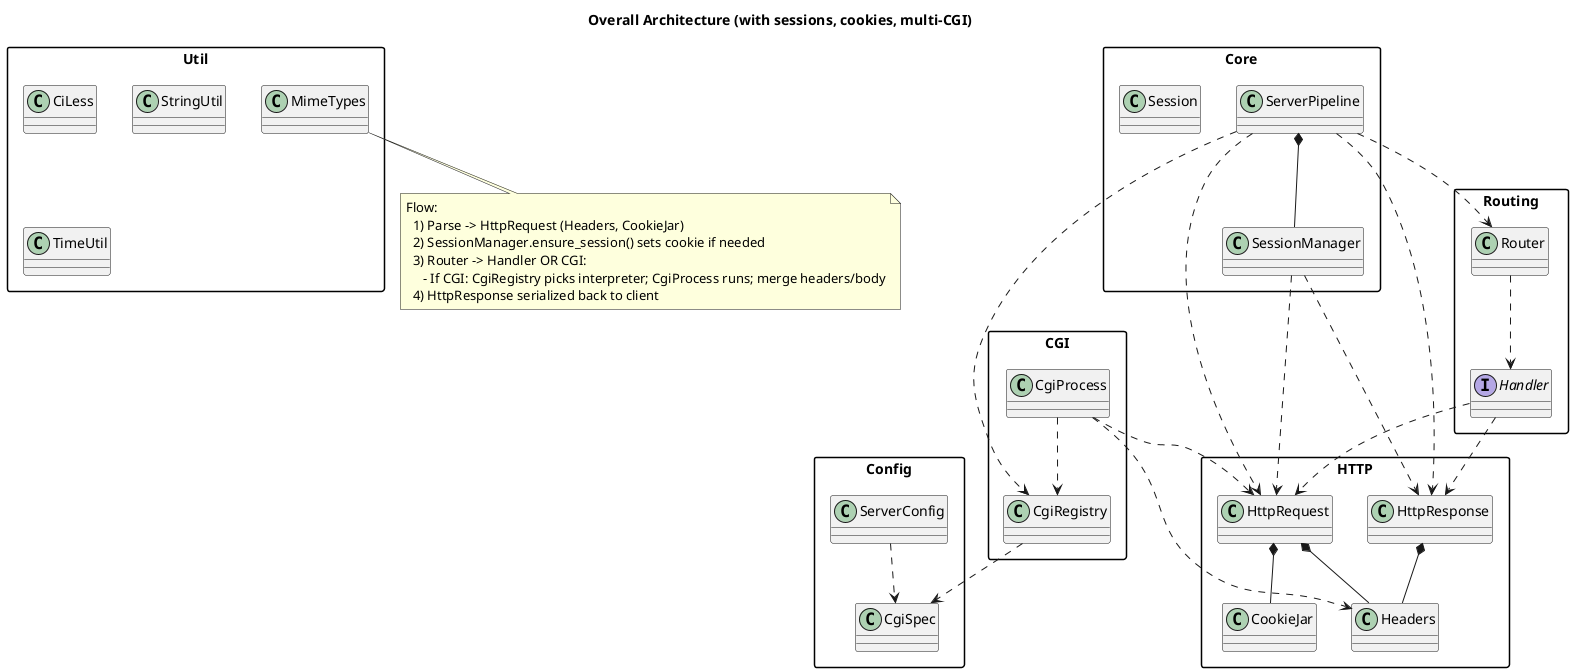
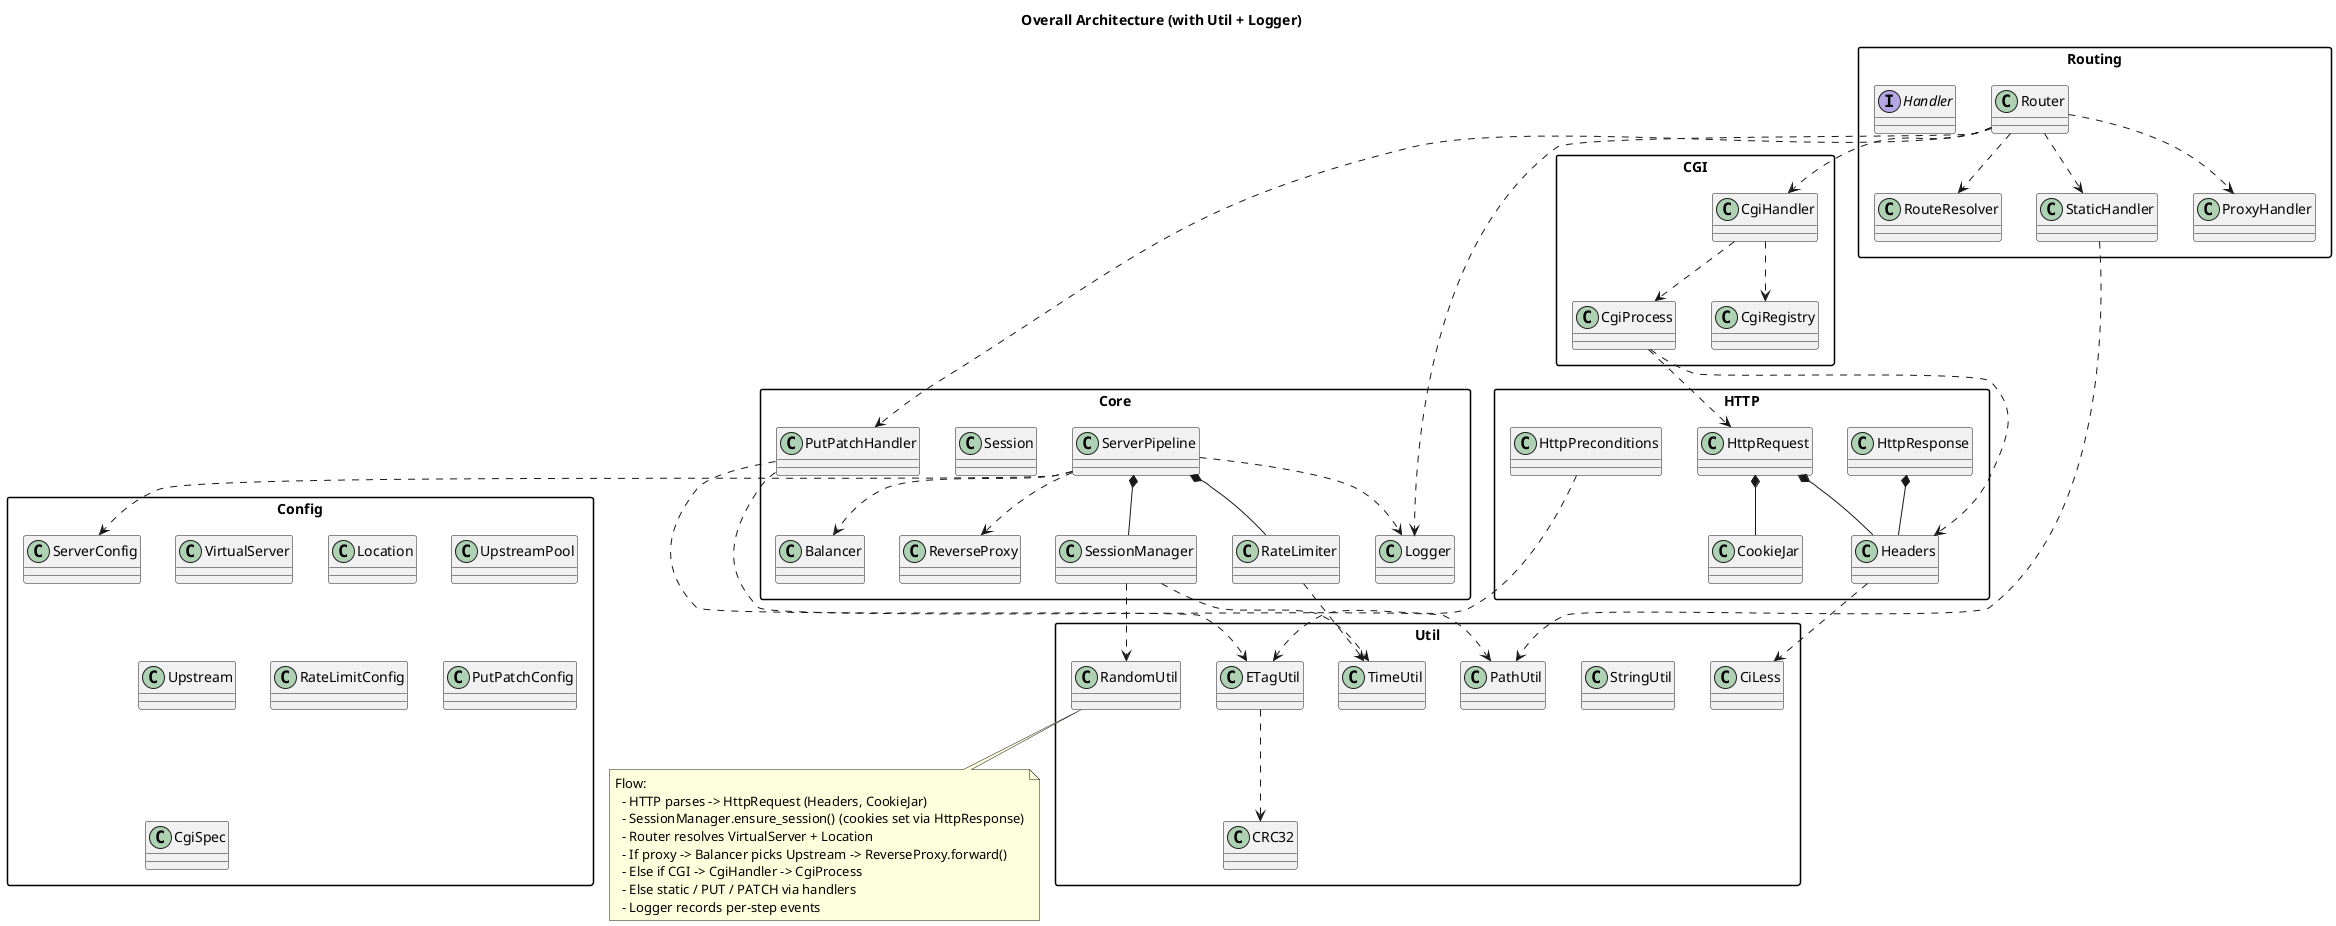
@startuml
skinparam packageStyle rectangle
- title Overall Architecture (with sessions, cookies, multi-CGI)
+ title Overall Architecture (with Util + Logger)

package "Config" {
  class ServerConfig
+   class VirtualServer
+   class Location
+   class UpstreamPool
+   class Upstream
+   class RateLimitConfig
+   class PutPatchConfig
  class CgiSpec
}

package "HTTP" {
  class HttpRequest
  class HttpResponse
  class Headers
  class CookieJar
+   class HttpPreconditions
}

package "Core" {
  class ServerPipeline
  class SessionManager
  class Session
+   class RateLimiter
+   class PutPatchHandler
+   class Balancer
+   class ReverseProxy
+   class Logger
}

package "Routing" {
  class Router
+   class RouteResolver
  interface Handler
+   class StaticHandler
+   class ProxyHandler
}

package "CGI" {
  class CgiRegistry
  class CgiProcess
+   class CgiHandler
}

package "Util" {
  class CiLess
  class StringUtil
  class TimeUtil
-   class MimeTypes
+   class PathUtil
+   class ETagUtil
+   class CRC32
+   class RandomUtil
}

' Key relationships
- ServerConfig ..> CgiSpec
+ ServerPipeline ..> ServerConfig
ServerPipeline *-- SessionManager
- ServerPipeline ..> Router
- ServerPipeline ..> CgiRegistry
- ServerPipeline ..> HttpRequest
- ServerPipeline ..> HttpResponse
+ ServerPipeline *-- RateLimiter
+ ServerPipeline ..> ReverseProxy
+ ServerPipeline ..> Balancer
+ ServerPipeline ..> Logger

HttpRequest *-- Headers
HttpRequest *-- CookieJar
HttpResponse *-- Headers
- SessionManager ..> HttpRequest
- SessionManager ..> HttpResponse
- Router ..> Handler
- Handler ..> HttpRequest
- Handler ..> HttpResponse
- CgiRegistry ..> CgiSpec
- CgiProcess ..> CgiRegistry
+ HttpPreconditions ..> ETagUtil
+ 
+ Router ..> RouteResolver
+ Router ..> StaticHandler
+ Router ..> ProxyHandler
+ Router ..> CgiHandler
+ Router ..> PutPatchHandler
+ Router ..> Logger
+ 
+ CgiHandler ..> CgiRegistry
+ CgiHandler ..> CgiProcess
CgiProcess ..> HttpRequest
CgiProcess ..> Headers

+ Headers ..> CiLess
+ SessionManager ..> TimeUtil
+ SessionManager ..> RandomUtil
+ RateLimiter ..> TimeUtil
+ PutPatchHandler ..> PathUtil
+ PutPatchHandler ..> ETagUtil
+ ETagUtil ..> CRC32
+ StaticHandler ..> PathUtil
+ 
note bottom
Flow:
-   1) Parse -> HttpRequest (Headers, CookieJar)
-   2) SessionManager.ensure_session() sets cookie if needed
-   3) Router -> Handler OR CGI:
-      - If CGI: CgiRegistry picks interpreter; CgiProcess runs; merge headers/body
-   4) HttpResponse serialized back to client
+   - HTTP parses -> HttpRequest (Headers, CookieJar)
+   - SessionManager.ensure_session() (cookies set via HttpResponse)
+   - Router resolves VirtualServer + Location
+   - If proxy -> Balancer picks Upstream -> ReverseProxy.forward()
+   - Else if CGI -> CgiHandler -> CgiProcess
+   - Else static / PUT / PATCH via handlers
+   - Logger records per-step events
end note
@enduml
